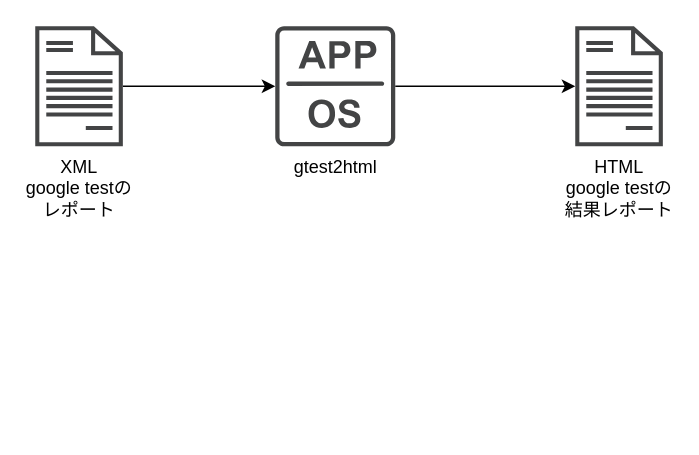
CountrySideEngineer/TestSupportTools keeps this draw.io diagram as page "function" (1 of 2) of google_test/gtest2html/doc/design/gtest2html.drawio. Above is the earlier version. Source tidied: cells renumbered, new cells numbered last; positions are measured from the earlier drawing's top-left corner, leaving out a move shared by most shapes. Both pictures are drawn from the tidied source at 150%, with x=0, y=0 at pixel (34, 26).
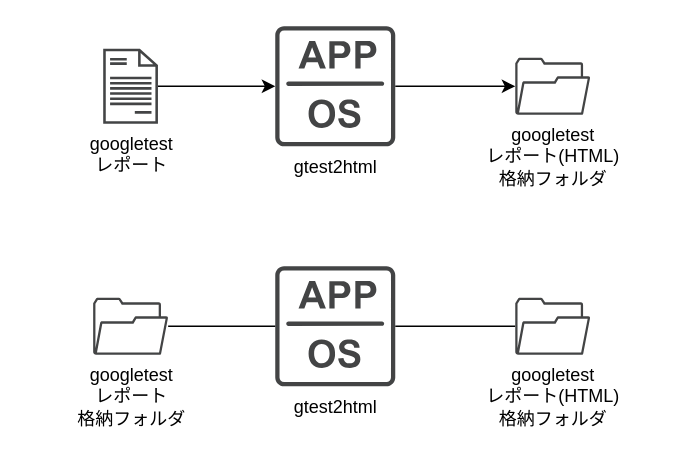
Above is the later version.

What changed in the source:
```diff
@@
 <mxGraphModel>
   <root>
     <mxCell id="0" />
     <mxCell id="1" parent="0" />
-    <mxCell id="2" style="edgeStyle=orthogonalEdgeStyle;rounded=0;jettySize=auto;html=1;" parent="1" edge="1" source="3" target="5">
+    <mxCell id="2" style="edgeStyle=orthogonalEdgeStyle;rounded=0;jettySize=auto;html=1;" parent="1" edge="1" source="11" target="5">
       <mxGeometry relative="1" as="geometry" />
     </mxCell>
-    <mxCell id="3" value="XML&lt;br&gt;google testの&lt;br&gt;レポート" style="shadow=0;dashed=0;html=1;strokeColor=none;fillColor=#434445;labelPosition=center;verticalLabelPosition=bottom;verticalAlign=top;align=center;outlineConnect=0;shape=mxgraph.vvd.document;" parent="1" vertex="1">
-      <mxGeometry width="58.4" height="80" as="geometry" />
-    </mxCell>
-    <mxCell id="4" style="edgeStyle=orthogonalEdgeStyle;rounded=0;jettySize=auto;html=1;" parent="1" edge="1" source="5" target="6">
+    <mxCell id="4" style="edgeStyle=orthogonalEdgeStyle;rounded=0;jettySize=auto;html=1;" parent="1" edge="1" source="5" target="13">
       <mxGeometry relative="1" as="geometry" />
     </mxCell>
     <mxCell id="5" value="gtest2html" style="shadow=0;dashed=0;html=1;strokeColor=none;fillColor=#434445;labelPosition=center;verticalLabelPosition=bottom;verticalAlign=top;align=center;outlineConnect=0;shape=mxgraph.vvd.app;" parent="1" vertex="1">
       <mxGeometry x="160" width="80" height="80" as="geometry" />
     </mxCell>
-    <mxCell id="6" value="HTML&lt;br&gt;google testの&lt;br&gt;結果レポート" style="shadow=0;dashed=0;html=1;strokeColor=none;fillColor=#434445;labelPosition=center;verticalLabelPosition=bottom;verticalAlign=top;align=center;outlineConnect=0;shape=mxgraph.vvd.document;" parent="1" vertex="1">
-      <mxGeometry x="360" width="58.4" height="80" as="geometry" />
-    </mxCell>
+    <mxCell id="7" style="edgeStyle=orthogonalEdgeStyle;rounded=0;jettySize=auto;html=1;endArrow=none;endFill=0;" parent="1" edge="1" source="8" target="12">
+      <mxGeometry relative="1" as="geometry" />
+    </mxCell>
+    <mxCell id="8" value="gtest2html" style="shadow=0;dashed=0;html=1;strokeColor=none;fillColor=#434445;labelPosition=center;verticalLabelPosition=bottom;verticalAlign=top;align=center;outlineConnect=0;shape=mxgraph.vvd.app;" parent="1" vertex="1">
+      <mxGeometry x="160" y="160" width="80" height="80" as="geometry" />
+    </mxCell>
+    <mxCell id="9" style="edgeStyle=orthogonalEdgeStyle;rounded=0;jettySize=auto;html=1;endArrow=none;endFill=0;" parent="1" edge="1" source="10" target="8">
+      <mxGeometry relative="1" as="geometry" />
+    </mxCell>
+    <mxCell id="10" value="googletest&lt;br&gt;レポート&lt;br&gt;格納フォルダ" style="shadow=0;dashed=0;html=1;strokeColor=none;fillColor=#434445;labelPosition=center;verticalLabelPosition=bottom;verticalAlign=top;align=center;outlineConnect=0;shape=mxgraph.vvd.folder;" parent="1" vertex="1">
+      <mxGeometry x="38.6" y="181" width="50" height="38" as="geometry" />
+    </mxCell>
+    <mxCell id="11" value="googletest&lt;br&gt;レポート" style="shadow=0;dashed=0;html=1;strokeColor=none;fillColor=#434445;labelPosition=center;verticalLabelPosition=bottom;verticalAlign=top;align=center;outlineConnect=0;shape=mxgraph.vvd.document;" parent="1" vertex="1">
+      <mxGeometry x="45.3" y="15" width="36.5" height="50" as="geometry" />
+    </mxCell>
+    <mxCell id="12" value="googletest&lt;br&gt;レポート(HTML)&lt;br&gt;格納フォルダ" style="shadow=0;dashed=0;html=1;strokeColor=none;fillColor=#434445;labelPosition=center;verticalLabelPosition=bottom;verticalAlign=top;align=center;outlineConnect=0;shape=mxgraph.vvd.folder;" parent="1" vertex="1">
+      <mxGeometry x="320" y="181" width="50" height="38" as="geometry" />
+    </mxCell>
+    <mxCell id="13" value="googletest&lt;br&gt;レポート(HTML)&lt;br&gt;格納フォルダ" style="shadow=0;dashed=0;html=1;strokeColor=none;fillColor=#434445;labelPosition=center;verticalLabelPosition=bottom;verticalAlign=top;align=center;outlineConnect=0;shape=mxgraph.vvd.folder;" parent="1" vertex="1">
+      <mxGeometry x="320" y="21" width="50" height="38" as="geometry" />
+    </mxCell>
   </root>
 </mxGraphModel>
```
